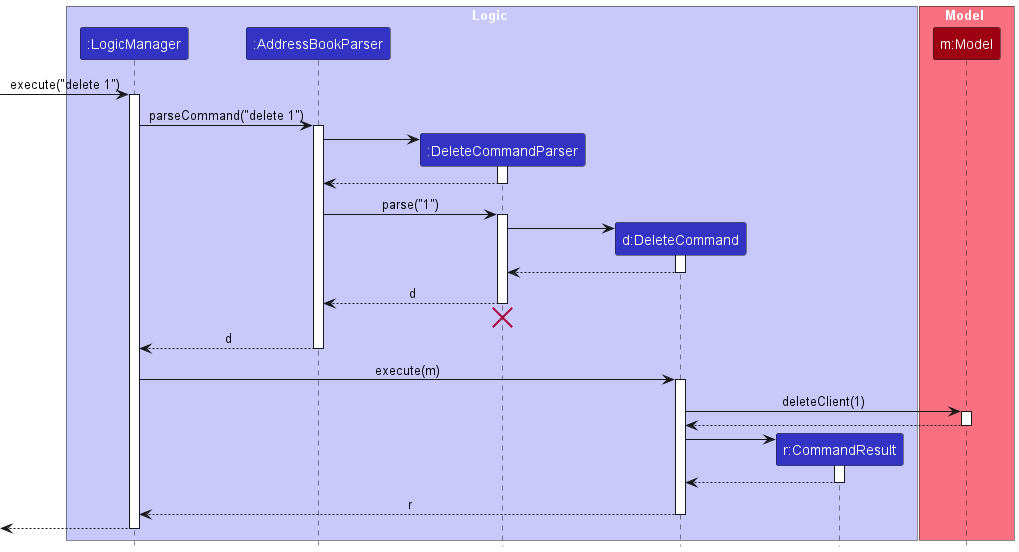
The PlantUML diagram docs/images/DeleteSequenceDiagram.png in shavonneg/tp, before a commit.
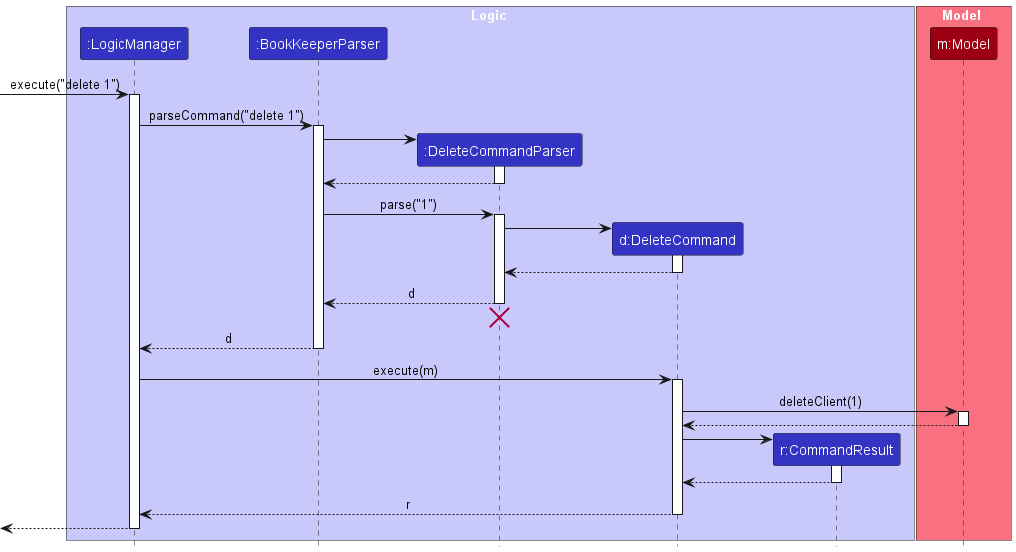
Above is the later version.

Diff of the diagram source:
```diff
@@ -4,7 +4,7 @@
 
 box Logic LOGIC_COLOR_T1
 participant ":LogicManager" as LogicManager LOGIC_COLOR
-participant ":AddressBookParser" as AddressBookParser LOGIC_COLOR
+participant ":BookKeeperParser" as BookKeeperParser LOGIC_COLOR
 participant ":DeleteCommandParser" as DeleteCommandParser LOGIC_COLOR
 participant "d:DeleteCommand" as DeleteCommand LOGIC_COLOR
 participant "r:CommandResult" as CommandResult LOGIC_COLOR
@@ -17,17 +17,17 @@
 [-> LogicManager : execute("delete 1")
 activate LogicManager
 
-LogicManager -> AddressBookParser : parseCommand("delete 1")
-activate AddressBookParser
+LogicManager -> BookKeeperParser : parseCommand("delete 1")
+activate BookKeeperParser
 
 create DeleteCommandParser
-AddressBookParser -> DeleteCommandParser
+BookKeeperParser -> DeleteCommandParser
 activate DeleteCommandParser
 
-DeleteCommandParser --> AddressBookParser
+DeleteCommandParser --> BookKeeperParser
 deactivate DeleteCommandParser
 
-AddressBookParser -> DeleteCommandParser : parse("1")
+BookKeeperParser -> DeleteCommandParser : parse("1")
 activate DeleteCommandParser
 
 create DeleteCommand
@@ -37,13 +37,13 @@
 DeleteCommand --> DeleteCommandParser :
 deactivate DeleteCommand
 
-DeleteCommandParser --> AddressBookParser : d
+DeleteCommandParser --> BookKeeperParser : d
 deactivate DeleteCommandParser
-DeleteCommandParser -[hidden]-> AddressBookParser
+DeleteCommandParser -[hidden]-> BookKeeperParser
 destroy DeleteCommandParser
 
-AddressBookParser --> LogicManager : d
-deactivate AddressBookParser
+BookKeeperParser --> LogicManager : d
+deactivate BookKeeperParser
 
 LogicManager -> DeleteCommand : execute(m)
 activate DeleteCommand
```
